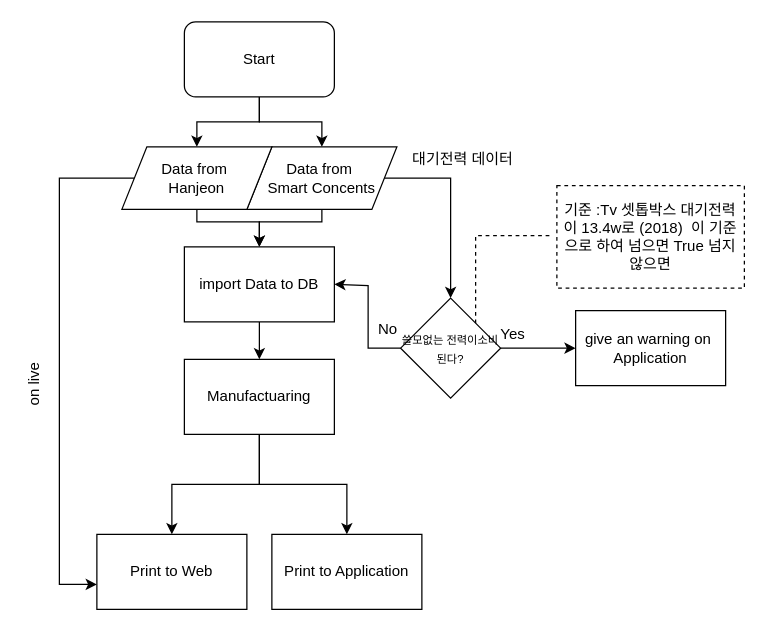
lot8229/Kdn-Algorithm keeps this draw.io diagram as page "Page-1" (1 of 2) of Untitled Diagram.drawio. Above is the earlier version. Source tidied: cells renumbered, new cells numbered last; positions are measured from the earlier drawing's top-left corner, leaving out a move shared by most shapes. Both pictures are drawn from the tidied source at 125%, with x=0, y=0 at pixel (-29, 21).
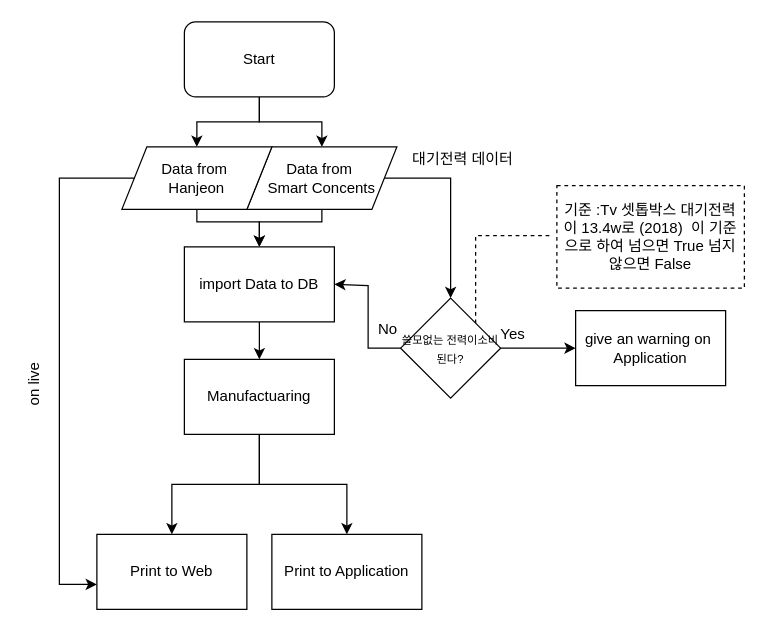
After the change.

Commit message:
마지막수정 - 임베디드 다이어그램

Change to the diagram source:
```diff
@@
-    <mxCell id="27" value="기준 :Tv 셋톱박스 대기전력이 13.4w로 (2018)&amp;nbsp; 이 기준으로 하여 넘으면 True 넘지 않으면" style="text;html=1;fillColor=none;align=center;verticalAlign=middle;whiteSpace=wrap;rounded=0;strokeColor=#000000;dashed=1;" parent="1" vertex="1">
+    <mxCell id="27" value="기준 :Tv 셋톱박스 대기전력이 13.4w로 (2018)&amp;nbsp; 이 기준으로 하여 넘으면 True 넘지 않으면 False" style="text;html=1;fillColor=none;align=center;verticalAlign=middle;whiteSpace=wrap;rounded=0;strokeColor=#000000;dashed=1;" parent="1" vertex="1">
       <mxGeometry x="468" y="131" width="150" height="82" as="geometry" />
     </mxCell>
```
